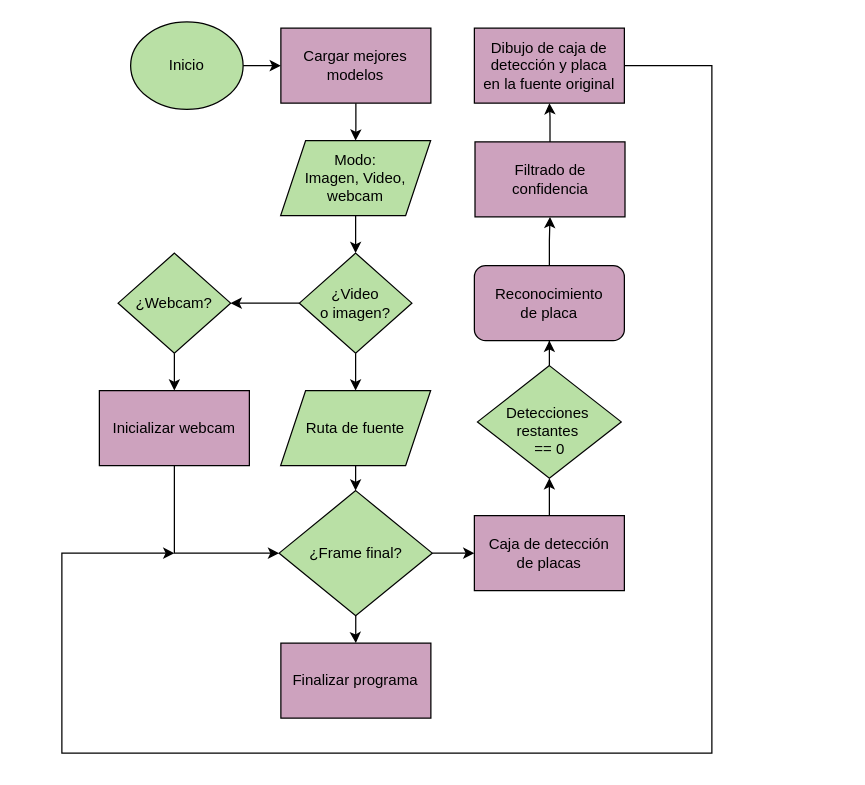
The draw.io diagram doc/cap1/dibujos/flujo-applicacion.drawio in jcorea510/TFG-ANPR, before the edit. Source tidied: cells renumbered, new cells numbered last; positions are measured from the earlier drawing's top-left corner, leaving out a move shared by most shapes. Both pictures are drawn from the tidied source at 125%, with x=0, y=0 at pixel (61, 21).
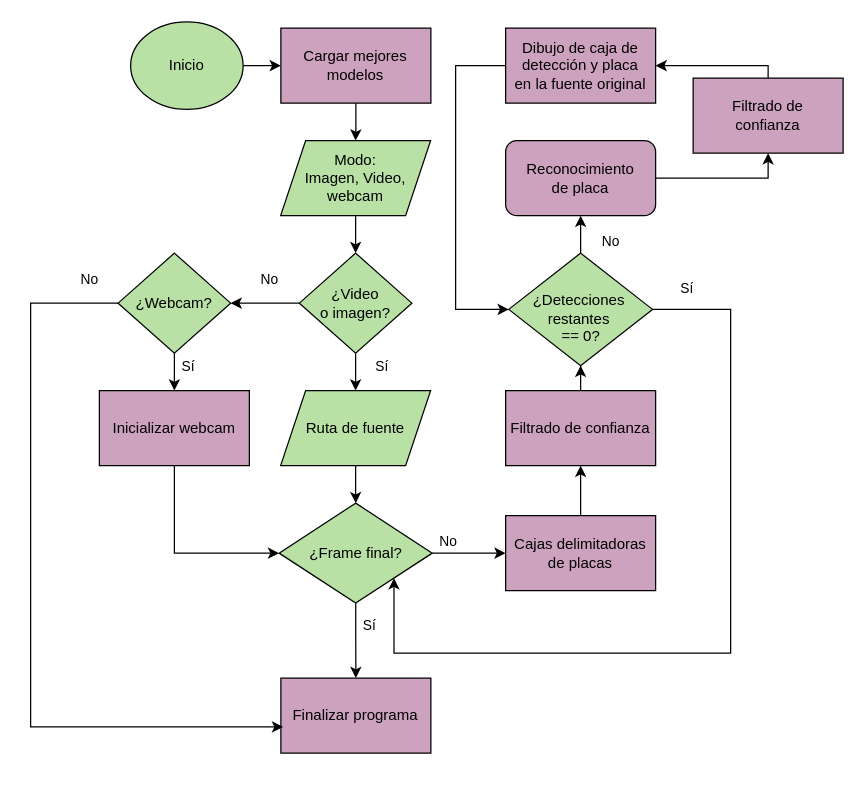
The same page after the edit.

The change refers to these unchanged cells:
```xml
<mxCell id="6" style="edgeStyle=orthogonalEdgeStyle;rounded=0;jettySize=auto;html=1;" parent="1" edge="1" source="8" target="10">
  <mxGeometry relative="1" as="geometry" />
</mxCell>
<mxCell id="7" style="edgeStyle=orthogonalEdgeStyle;rounded=0;jettySize=auto;html=1;" parent="1" edge="1" source="8" target="23">
  <mxGeometry relative="1" as="geometry" />
</mxCell>
<mxCell id="13" style="edgeStyle=orthogonalEdgeStyle;rounded=0;jettySize=auto;html=1;" parent="1" edge="1" source="14" target="16">
  <mxGeometry relative="1" as="geometry" />
</mxCell>
<mxCell id="19" style="edgeStyle=orthogonalEdgeStyle;rounded=0;jettySize=auto;html=1;" parent="1" edge="1" source="21" target="12">
  <mxGeometry relative="1" as="geometry" />
</mxCell>
<mxCell id="20" style="edgeStyle=orthogonalEdgeStyle;rounded=0;jettySize=auto;html=1;" parent="1" edge="1" source="21" target="26">
  <mxGeometry relative="1" as="geometry" />
</mxCell>
<mxCell id="22" style="edgeStyle=orthogonalEdgeStyle;rounded=0;jettySize=auto;html=1;" parent="1" edge="1" source="23" target="25">
  <mxGeometry relative="1" as="geometry" />
</mxCell>
<mxCell id="23" value="&lt;font style=&quot;color: rgb(0, 0, 0);&quot;&gt;¿Webcam?&lt;/font&gt;" style="rhombus;whiteSpace=wrap;html=1;fillColor=#B9E0A5;strokeColor=#000000;" parent="1" vertex="1">
  <mxGeometry x="45" y="185" width="90" height="80" as="geometry" />
</mxCell>
```

Diff of the diagram source:
```diff
@@
+    <mxCell id="31" value="Sí" style="edgeLabel;html=1;align=center;verticalAlign=middle;" parent="6" vertex="1">
+      <mxGeometry x="0.32" y="3" relative="1" as="geometry">
+        <mxPoint x="17" y="-3" as="offset" />
+      </mxGeometry>
+    </mxCell>
@@
+    <mxCell id="32" value="No" style="edgeLabel;html=1;align=center;verticalAlign=middle;" parent="7" vertex="1">
+      <mxGeometry x="0.02" y="-2" relative="1" as="geometry">
+        <mxPoint x="3" y="-18" as="offset" />
+      </mxGeometry>
+    </mxCell>
@@
-    <mxCell id="11" style="edgeStyle=orthogonalEdgeStyle;rounded=0;jettySize=auto;html=1;" parent="1" edge="1" source="12" target="14">
-      <mxGeometry relative="1" as="geometry" />
-    </mxCell>
+    <mxCell id="33" style="edgeStyle=orthogonalEdgeStyle;rounded=0;jettySize=auto;html=1;" parent="1" edge="1" source="12" target="44">
+      <mxGeometry relative="1" as="geometry" />
+    </mxCell>
-    <mxCell id="12" value="&lt;font style=&quot;color: rgb(0, 0, 0);&quot;&gt;Caja de detección&lt;/font&gt;&lt;div&gt;&lt;font style=&quot;color: rgb(0, 0, 0);&quot;&gt;de placas&lt;/font&gt;&lt;/div&gt;" style="rounded=0;whiteSpace=wrap;html=1;fillColor=#CDA2BE;strokeColor=#000000;" parent="1" vertex="1">
-      <mxGeometry x="330" y="395" width="120" height="60" as="geometry" />
+    <mxCell id="12" value="&lt;font style=&quot;color: rgb(0, 0, 0);&quot;&gt;Cajas delimitadoras&lt;/font&gt;&lt;div&gt;&lt;font style=&quot;color: rgb(0, 0, 0);&quot;&gt;de placas&lt;/font&gt;&lt;/div&gt;" style="rounded=0;whiteSpace=wrap;html=1;fillColor=#CDA2BE;strokeColor=#000000;" parent="1" vertex="1">
+      <mxGeometry x="355" y="395" width="120" height="60" as="geometry" />
     </mxCell>
@@
+    <mxCell id="34" value="No" style="edgeLabel;html=1;align=center;verticalAlign=middle;" parent="13" vertex="1">
+      <mxGeometry x="-0.28" y="4" relative="1" as="geometry">
+        <mxPoint x="27" y="8" as="offset" />
+      </mxGeometry>
+    </mxCell>
+    <mxCell id="35" style="edgeStyle=orthogonalEdgeStyle;rounded=0;jettySize=auto;html=1;entryX=1;entryY=1;entryDx=0;entryDy=0;" parent="1" edge="1" source="14" target="21">
+      <mxGeometry relative="1" as="geometry">
+        <Array as="points">
+          <mxPoint x="535" y="230" />
+          <mxPoint x="535" y="505" />
+          <mxPoint x="266" y="505" />
+        </Array>
+      </mxGeometry>
+    </mxCell>
+    <mxCell id="36" value="Sí" style="edgeLabel;html=1;align=center;verticalAlign=middle;" parent="35" vertex="1">
+      <mxGeometry x="-0.89" relative="1" as="geometry">
+        <mxPoint x="-10" y="-18" as="offset" />
+      </mxGeometry>
+    </mxCell>
-    <mxCell id="14" value="&lt;div&gt;&lt;font style=&quot;color: rgb(0, 0, 0);&quot;&gt;&lt;br&gt;&lt;/font&gt;&lt;/div&gt;&lt;div&gt;&lt;font style=&quot;color: rgb(0, 0, 0);&quot;&gt;&lt;span style=&quot;background-color: transparent;&quot;&gt;Detec&lt;/span&gt;&lt;span style=&quot;background-color: transparent;&quot;&gt;ciones&amp;nbsp;&lt;/span&gt;&lt;/font&gt;&lt;/div&gt;&lt;div&gt;&lt;div&gt;&lt;font style=&quot;color: rgb(0, 0, 0);&quot;&gt;restantes&amp;nbsp;&lt;/font&gt;&lt;/div&gt;&lt;div&gt;&lt;font style=&quot;color: rgb(0, 0, 0);&quot;&gt;== 0&lt;/font&gt;&lt;/div&gt;&lt;/div&gt;" style="rhombus;whiteSpace=wrap;html=1;fillColor=#B9E0A5;strokeColor=#000000;" parent="1" vertex="1">
-      <mxGeometry x="332.5" y="275" width="115" height="90" as="geometry" />
+    <mxCell id="14" value="&lt;div&gt;&lt;font style=&quot;color: rgb(0, 0, 0);&quot;&gt;&lt;br&gt;&lt;/font&gt;&lt;/div&gt;&lt;div&gt;&lt;font style=&quot;color: rgb(0, 0, 0);&quot;&gt;&lt;span style=&quot;background-color: transparent;&quot;&gt;¿Detec&lt;/span&gt;&lt;span style=&quot;background-color: transparent;&quot;&gt;ciones&amp;nbsp;&lt;/span&gt;&lt;/font&gt;&lt;/div&gt;&lt;div&gt;&lt;div&gt;&lt;font style=&quot;color: rgb(0, 0, 0);&quot;&gt;restantes&amp;nbsp;&lt;/font&gt;&lt;/div&gt;&lt;div&gt;&lt;font style=&quot;color: rgb(0, 0, 0);&quot;&gt;== 0?&lt;/font&gt;&lt;/div&gt;&lt;/div&gt;" style="rhombus;whiteSpace=wrap;html=1;fillColor=#B9E0A5;strokeColor=#000000;" parent="1" vertex="1">
+      <mxGeometry x="357.5" y="185" width="115" height="90" as="geometry" />
     </mxCell>
-    <mxCell id="15" style="edgeStyle=orthogonalEdgeStyle;rounded=0;jettySize=auto;html=1;" parent="1" edge="1" source="16" target="30">
+    <mxCell id="15" style="edgeStyle=orthogonalEdgeStyle;rounded=0;jettySize=auto;html=1;entryX=0.5;entryY=1;entryDx=0;entryDy=0;" parent="1" edge="1" source="16" target="30">
       <mxGeometry relative="1" as="geometry" />
     </mxCell>
     <mxCell id="16" value="&lt;font style=&quot;color: rgb(0, 0, 0);&quot;&gt;Reconocimiento&lt;/font&gt;&lt;div&gt;&lt;font style=&quot;color: rgb(0, 0, 0);&quot;&gt;de placa&lt;/font&gt;&lt;/div&gt;" style="rounded=1;whiteSpace=wrap;html=1;fillColor=#CDA2BE;strokeColor=#000000;" parent="1" vertex="1">
-      <mxGeometry x="330" y="195" width="120" height="60" as="geometry" />
+      <mxGeometry x="355" y="95" width="120" height="60" as="geometry" />
     </mxCell>
-    <mxCell id="17" style="edgeStyle=orthogonalEdgeStyle;rounded=0;jettySize=auto;html=1;" parent="1" edge="1" source="18">
-      <mxGeometry relative="1" as="geometry">
-        <mxPoint x="90" y="425" as="targetPoint" />
-        <Array as="points">
-          <mxPoint x="520" y="35" />
-          <mxPoint x="520" y="585" />
-          <mxPoint y="585" />
-          <mxPoint y="425" />
-        </Array>
-      </mxGeometry>
-    </mxCell>
+    <mxCell id="37" style="edgeStyle=orthogonalEdgeStyle;rounded=0;jettySize=auto;html=1;entryX=0;entryY=0.5;entryDx=0;entryDy=0;" parent="1" edge="1" source="18" target="14">
+      <mxGeometry relative="1" as="geometry">
+        <Array as="points">
+          <mxPoint x="315" y="35" />
+          <mxPoint x="315" y="230" />
+        </Array>
+      </mxGeometry>
+    </mxCell>
     <mxCell id="18" value="&lt;font style=&quot;color: rgb(0, 0, 0);&quot;&gt;Dibujo de caja de&lt;/font&gt;&lt;div&gt;&lt;font style=&quot;color: rgb(0, 0, 0);&quot;&gt;detección y placa&lt;/font&gt;&lt;/div&gt;&lt;div&gt;&lt;font style=&quot;color: rgb(0, 0, 0);&quot;&gt;en la fuente original&lt;/font&gt;&lt;/div&gt;" style="rounded=0;whiteSpace=wrap;html=1;fillColor=#CDA2BE;strokeColor=#000000;" parent="1" vertex="1">
-      <mxGeometry x="330" y="5" width="120" height="60" as="geometry" />
+      <mxGeometry x="355" y="5" width="120" height="60" as="geometry" />
     </mxCell>
@@
+    <mxCell id="38" value="No" style="edgeLabel;html=1;align=center;verticalAlign=middle;" parent="19" vertex="1">
+      <mxGeometry x="-0.58" y="2" relative="1" as="geometry">
+        <mxPoint y="-8" as="offset" />
+      </mxGeometry>
+    </mxCell>
@@
+    <mxCell id="39" value="Sí" style="edgeLabel;html=1;align=center;verticalAlign=middle;" parent="20" vertex="1">
+      <mxGeometry x="-0.4" y="-1" relative="1" as="geometry">
+        <mxPoint x="11" as="offset" />
+      </mxGeometry>
+    </mxCell>
     <mxCell id="21" value="&lt;font style=&quot;color: rgb(0, 0, 0);&quot;&gt;¿Frame final?&lt;/font&gt;" style="rhombus;whiteSpace=wrap;html=1;fillColor=#B9E0A5;strokeColor=#000000;" parent="1" vertex="1">
-      <mxGeometry x="173.8" y="375" width="122.5" height="100" as="geometry" />
+      <mxGeometry x="173.8" y="385" width="122.5" height="80" as="geometry" />
     </mxCell>
@@
+    <mxCell id="40" value="Sí" style="edgeLabel;html=1;align=center;verticalAlign=middle;" parent="22" vertex="1">
+      <mxGeometry x="0.32" y="5" relative="1" as="geometry">
+        <mxPoint x="5" y="-3" as="offset" />
+      </mxGeometry>
+    </mxCell>
@@
     <mxCell id="26" value="&lt;font style=&quot;color: rgb(0, 0, 0);&quot;&gt;Finalizar programa&lt;/font&gt;" style="rounded=0;whiteSpace=wrap;html=1;fillColor=#CDA2BE;strokeColor=#000000;" parent="1" vertex="1">
-      <mxGeometry x="175.2" y="497" width="120" height="60" as="geometry" />
+      <mxGeometry x="175.2" y="525" width="120" height="60" as="geometry" />
     </mxCell>
@@
-    <mxCell id="29" style="edgeStyle=orthogonalEdgeStyle;rounded=0;jettySize=auto;html=1;" parent="1" edge="1" source="30" target="18">
-      <mxGeometry relative="1" as="geometry" />
+    <mxCell id="29" style="edgeStyle=orthogonalEdgeStyle;rounded=0;jettySize=auto;html=1;entryX=1;entryY=0.5;entryDx=0;entryDy=0;" parent="1" edge="1" source="30" target="18">
+      <mxGeometry relative="1" as="geometry">
+        <Array as="points">
+          <mxPoint x="565" y="35" />
+        </Array>
+      </mxGeometry>
     </mxCell>
-    <mxCell id="30" value="&lt;font style=&quot;color: rgb(0, 0, 0);&quot;&gt;Filtrado de&lt;/font&gt;&lt;div&gt;&lt;font style=&quot;color: rgb(0, 0, 0);&quot;&gt;confidencia&lt;/font&gt;&lt;/div&gt;" style="rounded=0;whiteSpace=wrap;html=1;fillColor=#CDA2BE;strokeColor=#000000;" parent="1" vertex="1">
-      <mxGeometry x="330.5" y="96" width="120" height="60" as="geometry" />
+    <mxCell id="30" value="&lt;font style=&quot;color: rgb(0, 0, 0);&quot;&gt;Filtrado de&lt;/font&gt;&lt;div&gt;&lt;font style=&quot;color: rgb(0, 0, 0);&quot;&gt;confianza&lt;/font&gt;&lt;/div&gt;" style="rounded=0;whiteSpace=wrap;html=1;fillColor=#CDA2BE;strokeColor=#000000;" parent="1" vertex="1">
+      <mxGeometry x="505" y="45" width="120" height="60" as="geometry" />
     </mxCell>
+    <mxCell id="41" style="edgeStyle=orthogonalEdgeStyle;rounded=0;jettySize=auto;html=1;entryX=0.015;entryY=0.65;entryDx=0;entryDy=0;entryPerimeter=0;exitX=0;exitY=0.5;exitDx=0;exitDy=0;" parent="1" edge="1" source="23" target="26">
+      <mxGeometry relative="1" as="geometry">
+        <Array as="points">
+          <mxPoint x="-25" y="225" />
+          <mxPoint x="-25" y="564" />
+        </Array>
+      </mxGeometry>
+    </mxCell>
+    <mxCell id="42" value="No" style="edgeLabel;html=1;align=center;verticalAlign=middle;" parent="41" vertex="1">
+      <mxGeometry x="-0.92" y="-2" relative="1" as="geometry">
+        <mxPoint y="-18" as="offset" />
+      </mxGeometry>
+    </mxCell>
+    <mxCell id="43" style="edgeStyle=orthogonalEdgeStyle;rounded=0;jettySize=auto;html=1;" parent="1" edge="1" source="44" target="14">
+      <mxGeometry relative="1" as="geometry" />
+    </mxCell>
+    <mxCell id="44" value="&lt;font color=&quot;#000000&quot;&gt;Filtrado de confianza&lt;/font&gt;" style="rounded=0;whiteSpace=wrap;html=1;fillColor=#CDA2BE;strokeColor=#000000;" parent="1" vertex="1">
+      <mxGeometry x="355" y="295" width="120" height="60" as="geometry" />
+    </mxCell>
```
